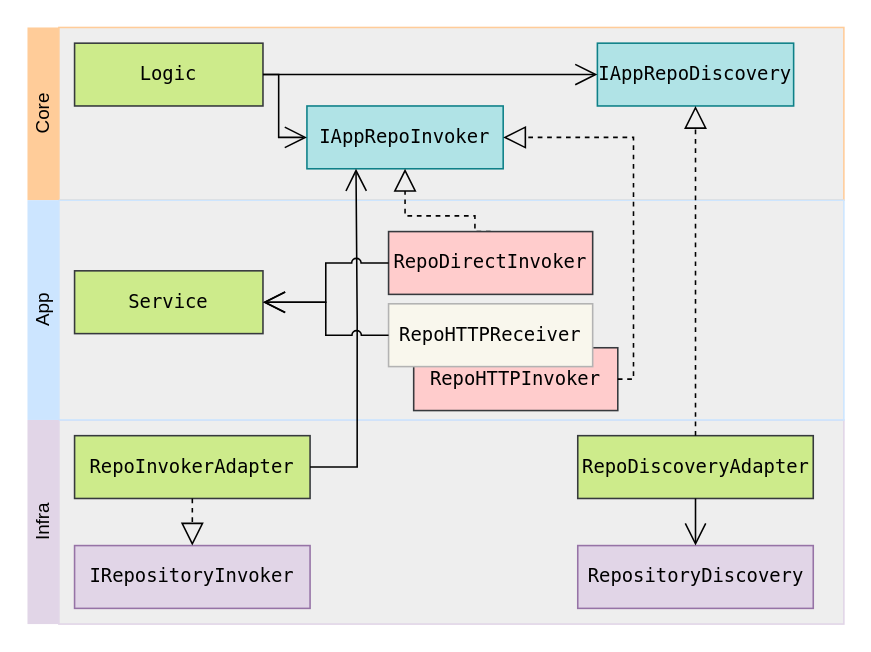
tmukammel/lib-repo-discovery keeps this draw.io diagram as page "Page-4" (4 of 4) of assets/implementation-repo-discovery.drawio. Above is the earlier version. Source tidied: cells renumbered, new cells numbered last; positions are measured from the earlier drawing's top-left corner, leaving out a move shared by most shapes. Both pictures are drawn from the tidied source at 157%, with x=0, y=0 at pixel (-68, 27).
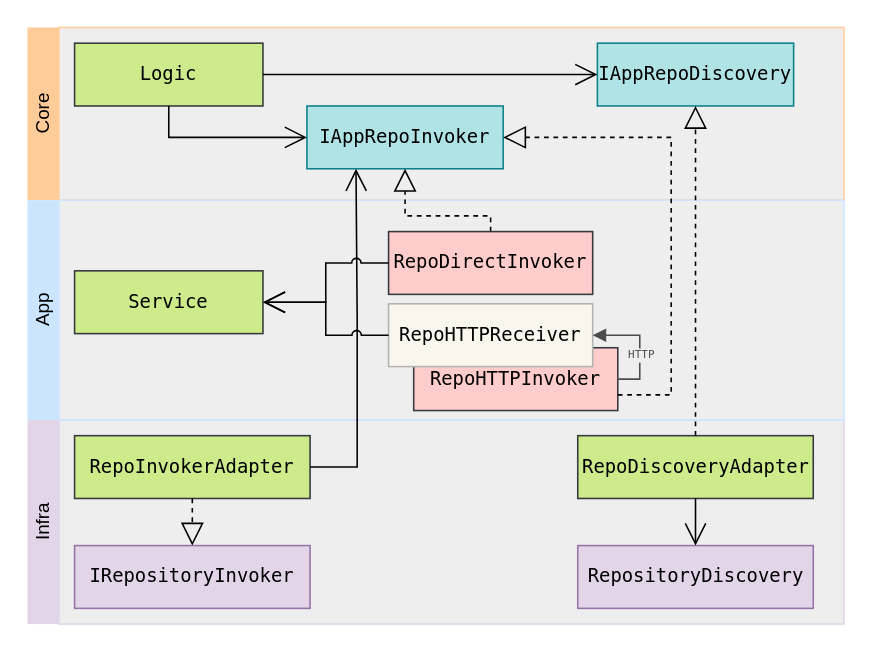
Above is the later version.

Unchanged cells that the change refers to:
```xml
<mxCell id="5" value="RepoHTTPInvoker" style="rounded=0;whiteSpace=wrap;html=1;fontFamily=menlo;fillColor=#ffcccc;strokeColor=#36393d;" parent="1" vertex="1">
  <mxGeometry x="306" y="204" width="130" height="40" as="geometry" />
</mxCell>
<mxCell id="6" value="RepoHTTPReceiver" style="rounded=0;whiteSpace=wrap;html=1;fontFamily=menlo;fillColor=#f9f7ed;strokeColor=#B3B3B3;" parent="1" vertex="1">
  <mxGeometry x="290" y="176" width="130" height="40" as="geometry" />
</mxCell>
<mxCell id="7" value="Logic" style="rounded=0;whiteSpace=wrap;html=1;fontFamily=menlo;fillColor=#cdeb8b;strokeColor=#36393d;" parent="1" vertex="1">
  <mxGeometry x="90" y="10" width="120" height="40" as="geometry" />
</mxCell>
<mxCell id="8" value="IAppRepoInvoker" style="rounded=0;whiteSpace=wrap;html=1;fontFamily=menlo;fillColor=#b0e3e6;strokeColor=#0e8088;" parent="1" vertex="1">
  <mxGeometry x="238" y="50" width="125" height="40" as="geometry" />
</mxCell>
<mxCell id="25" value="RepoDirectInvoker" style="rounded=0;whiteSpace=wrap;html=1;fontFamily=menlo;fillColor=#ffcccc;strokeColor=#36393d;" parent="1" vertex="1">
  <mxGeometry x="290" y="130" width="130" height="40" as="geometry" />
</mxCell>
```

Change to the diagram source:
```diff
@@
     <mxCell id="11" style="endArrow=block;dashed=1;endFill=0;endSize=12;html=1;rounded=0;entryX=0.5;entryY=1;entryDx=0;entryDy=0;exitX=0.5;exitY=0;exitDx=0;exitDy=0;edgeStyle=orthogonalEdgeStyle;" parent="1" edge="1" source="25" target="8">
       <mxGeometry relative="1" as="geometry">
         <Array as="points">
-          <mxPoint x="345" y="120" />
+          <mxPoint x="355" y="120" />
           <mxPoint x="301" y="120" />
         </Array>
       </mxGeometry>
     </mxCell>
@@
-    <mxCell id="15" style="endArrow=open;endFill=1;endSize=12;html=1;rounded=0;entryX=0;entryY=0.5;entryDx=0;entryDy=0;exitX=1;exitY=0.5;exitDx=0;exitDy=0;edgeStyle=orthogonalEdgeStyle;" parent="1" edge="1" source="7" target="8">
-      <mxGeometry relative="1" as="geometry">
-        <Array as="points">
-          <mxPoint x="220" y="30" />
-          <mxPoint x="220" y="70" />
-        </Array>
-      </mxGeometry>
+    <mxCell id="15" style="endArrow=open;endFill=1;endSize=12;html=1;rounded=0;entryX=0;entryY=0.5;entryDx=0;entryDy=0;exitX=0.5;exitY=1;exitDx=0;exitDy=0;edgeStyle=orthogonalEdgeStyle;" parent="1" edge="1" source="7" target="8">
+      <mxGeometry relative="1" as="geometry" />
     </mxCell>
@@
-    <mxCell id="28" style="endArrow=block;dashed=1;endFill=0;endSize=12;html=1;rounded=0;entryX=1;entryY=0.5;entryDx=0;entryDy=0;exitX=1;exitY=0.5;exitDx=0;exitDy=0;edgeStyle=orthogonalEdgeStyle;" parent="1" edge="1" source="5" target="8">
-      <mxGeometry relative="1" as="geometry" />
+    <mxCell id="28" style="endArrow=block;dashed=1;endFill=0;endSize=12;html=1;rounded=0;entryX=1;entryY=0.5;entryDx=0;entryDy=0;exitX=1;exitY=0.75;exitDx=0;exitDy=0;edgeStyle=orthogonalEdgeStyle;" parent="1" edge="1" source="5" target="8">
+      <mxGeometry relative="1" as="geometry">
+        <Array as="points">
+          <mxPoint x="470" y="234" />
+          <mxPoint x="470" y="70" />
+        </Array>
+      </mxGeometry>
     </mxCell>
+    <mxCell id="29" style="html=1;verticalAlign=bottom;endArrow=block;rounded=0;entryX=1;entryY=0.5;entryDx=0;entryDy=0;exitX=1;exitY=0.5;exitDx=0;exitDy=0;edgeStyle=orthogonalEdgeStyle;strokeColor=#4D4D4D;" parent="1" edge="1" source="5" target="6">
+      <mxGeometry relative="1" as="geometry">
+        <Array as="points">
+          <mxPoint x="450" y="224" />
+          <mxPoint x="450" y="196" />
+        </Array>
+      </mxGeometry>
+    </mxCell>
+    <mxCell id="30" value="&lt;font style=&quot;font-size: 7px;&quot; face=&quot;menlo&quot;&gt;HTTP&lt;/font&gt;" style="edgeLabel;html=1;align=center;verticalAlign=middle;labelBackgroundColor=#eeeeee;fontSize=7;fontColor=#4D4D4D;" parent="29" vertex="1">
+      <mxGeometry x="-0.2" relative="1" as="geometry">
+        <mxPoint y="-1" as="offset" />
+      </mxGeometry>
+    </mxCell>
```
